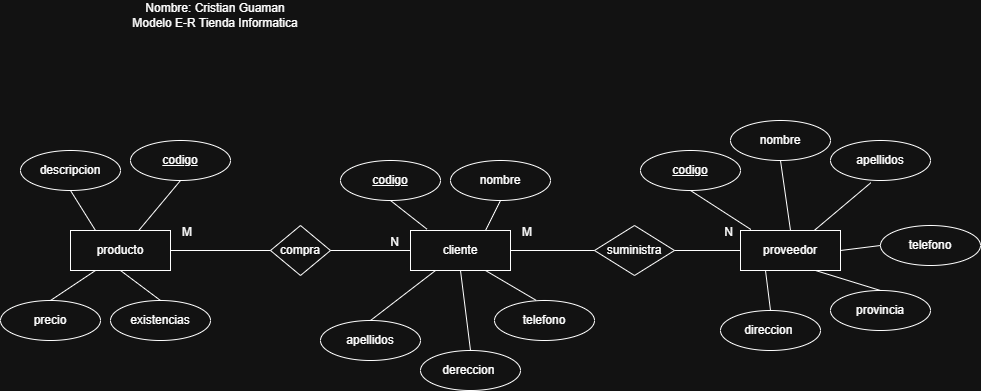
Criss-21/Diagramas-Base-De-DAtos keeps this draw.io diagram as Diagrama_E-R_Tienda_Informática.png. Above is the earlier version. Source tidied: cells renumbered, new cells last; positions are measured from the earlier drawing's top-left corner, leaving out a move shared by most shapes.
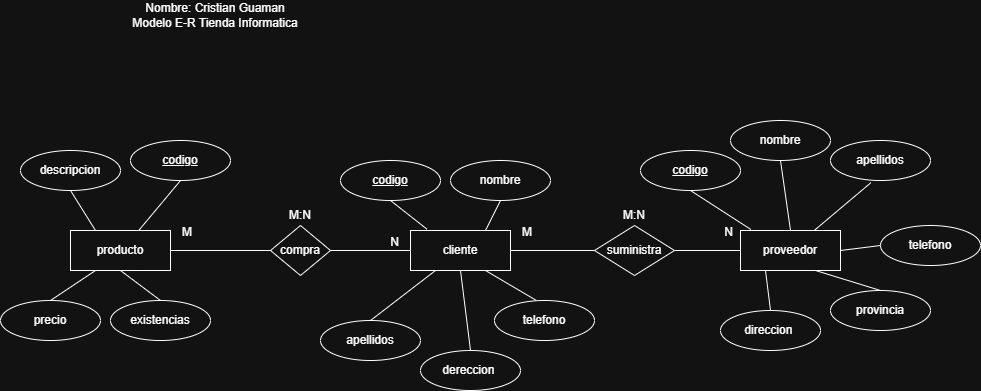
Above is the later version.

The edit, as a diff of the source:
```diff
@@ -142,5 +142,11 @@
     <mxCell id="45" value="Nombre: Cristian Guaman&lt;div&gt;Modelo E-R Tienda Informatica&lt;/div&gt;" style="text;html=1;whiteSpace=wrap;strokeColor=none;fillColor=none;align=center;verticalAlign=middle;rounded=0;" parent="1" vertex="1">
       <mxGeometry x="90" width="250" height="30" as="geometry" />
     </mxCell>
+    <mxCell id="46" value="M:N" style="text;html=1;whiteSpace=wrap;strokeColor=none;fillColor=none;align=center;verticalAlign=middle;rounded=0;" parent="1" vertex="1">
+      <mxGeometry x="270" y="200" width="60" height="30" as="geometry" />
+    </mxCell>
+    <mxCell id="47" value="M:N" style="text;html=1;whiteSpace=wrap;strokeColor=none;fillColor=none;align=center;verticalAlign=middle;rounded=0;" parent="1" vertex="1">
+      <mxGeometry x="604" y="200" width="60" height="30" as="geometry" />
+    </mxCell>
   </root>
 </mxGraphModel>
```
